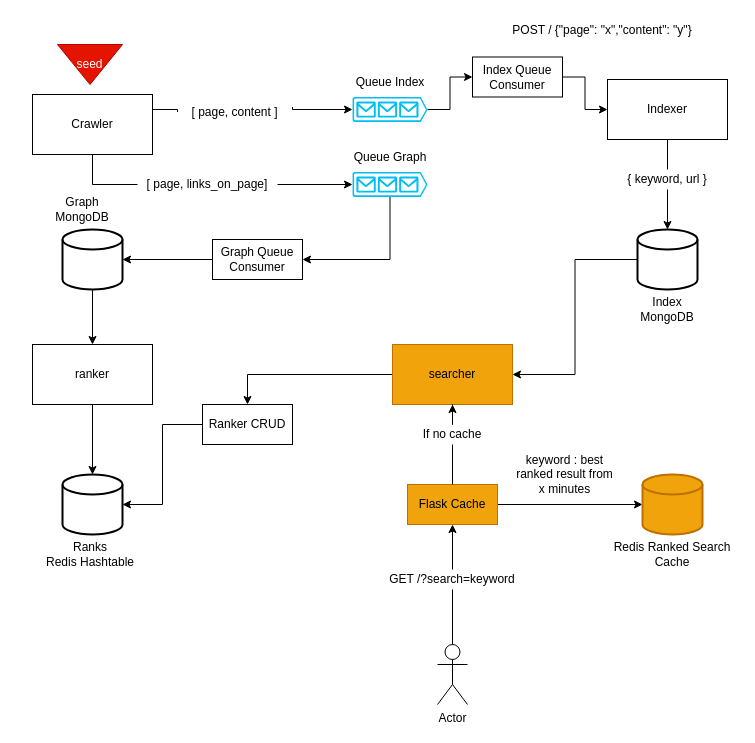
The draw.io diagram search-engine.drawio in lariskovski/search-engine, before the edit. Source tidied: cells renumbered, new cells numbered last; positions are measured from the earlier drawing's top-left corner, leaving out a move shared by most shapes. Both pictures are drawn from the tidied source at 100%, with x=0, y=0 at pixel (17, 16).
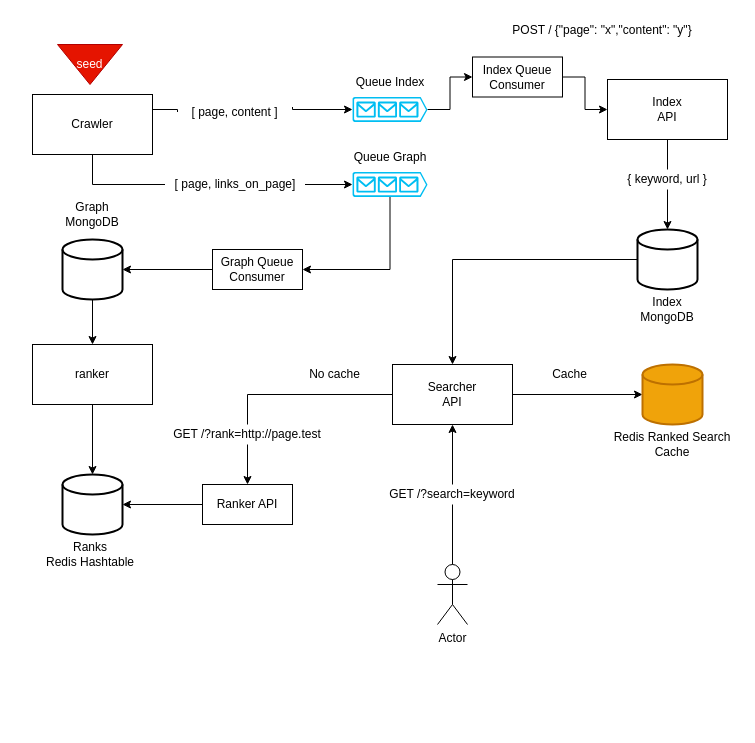
The same page after the edit.

Commit message:
Remove entry component and updates calls from drawing

The change refers to these unchanged cells:
```xml
<mxCell id="13" style="strokeWidth=2;html=1;shape=mxgraph.flowchart.database;whiteSpace=wrap;" parent="1" vertex="1">
  <mxGeometry x="620" y="213" width="60" height="60" as="geometry" />
</mxCell>
```

Diff of the diagram source:
```diff
@@
     <mxCell id="7" style="strokeWidth=2;html=1;shape=mxgraph.flowchart.database;whiteSpace=wrap;" parent="1" vertex="1">
-      <mxGeometry x="45" y="213" width="60" height="60" as="geometry" />
+      <mxGeometry x="45" y="223" width="60" height="60" as="geometry" />
     </mxCell>
@@
     <mxCell id="9" value="Graph&lt;br&gt;MongoDB" style="text;html=1;strokeColor=none;fillColor=none;align=center;verticalAlign=middle;whiteSpace=wrap;rounded=0;" parent="1" vertex="1">
-      <mxGeometry y="173" width="130" height="40" as="geometry" />
+      <mxGeometry x="10" y="178" width="130" height="40" as="geometry" />
     </mxCell>
@@
-    <mxCell id="11" value="Indexer" style="rounded=0;whiteSpace=wrap;html=1;" parent="1" vertex="1">
+    <mxCell id="11" value="Index&lt;br&gt;API" style="rounded=0;whiteSpace=wrap;html=1;" parent="1" vertex="1">
       <mxGeometry x="590" y="63" width="120" height="60" as="geometry" />
     </mxCell>
-    <mxCell id="12" style="edgeStyle=orthogonalEdgeStyle;rounded=0;jettySize=auto;html=1;exitX=0;exitY=0.5;exitDx=0;exitDy=0;exitPerimeter=0;entryX=1;entryY=0.5;entryDx=0;entryDy=0;startArrow=none;startFill=0;strokeWidth=1;" parent="1" edge="1" source="13" target="20">
+    <mxCell id="12" style="edgeStyle=orthogonalEdgeStyle;rounded=0;jettySize=auto;html=1;exitX=0;exitY=0.5;exitDx=0;exitDy=0;exitPerimeter=0;entryX=0.5;entryY=0;entryDx=0;entryDy=0;startArrow=none;startFill=0;strokeWidth=1;" parent="1" edge="1" source="13" target="20">
       <mxGeometry relative="1" as="geometry" />
     </mxCell>
@@
-    <mxCell id="19" style="edgeStyle=orthogonalEdgeStyle;rounded=0;jettySize=auto;html=1;entryX=0.5;entryY=0;entryDx=0;entryDy=0;" parent="1" edge="1" source="20" target="51">
+    <mxCell id="19" style="edgeStyle=orthogonalEdgeStyle;rounded=0;jettySize=auto;html=1;entryX=0.5;entryY=0;entryDx=0;entryDy=0;startArrow=none;" parent="1" edge="1" source="54" target="51">
       <mxGeometry relative="1" as="geometry" />
     </mxCell>
-    <mxCell id="20" value="searcher" style="rounded=0;whiteSpace=wrap;html=1;fillColor=#f0a30a;strokeColor=#BD7000;fontColor=#000000;" parent="1" vertex="1">
-      <mxGeometry x="375" y="328" width="120" height="60" as="geometry" />
+    <mxCell id="20" value="Searcher&lt;br&gt;API" style="rounded=0;whiteSpace=wrap;html=1;" parent="1" vertex="1">
+      <mxGeometry x="375" y="348" width="120" height="60" as="geometry" />
     </mxCell>
@@
-    <mxCell id="22" style="edgeStyle=orthogonalEdgeStyle;rounded=0;jettySize=auto;html=1;startArrow=none;" parent="1" edge="1" source="40" target="32">
+    <mxCell id="22" style="edgeStyle=orthogonalEdgeStyle;rounded=0;jettySize=auto;html=1;startArrow=none;entryX=0.5;entryY=1;entryDx=0;entryDy=0;" parent="1" edge="1" source="40" target="20">
       <mxGeometry relative="1" as="geometry" />
     </mxCell>
     <mxCell id="23" value="Actor" style="shape=umlActor;verticalLabelPosition=bottom;verticalAlign=top;html=1;outlineConnect=0;" parent="1" vertex="1">
-      <mxGeometry x="420" y="628" width="30" height="60" as="geometry" />
+      <mxGeometry x="420" y="548" width="30" height="60" as="geometry" />
     </mxCell>
@@
     <mxCell id="29" value="Graph Queue Consumer" style="rounded=0;whiteSpace=wrap;html=1;" parent="1" vertex="1">
-      <mxGeometry x="195" y="223" width="90" height="40" as="geometry" />
+      <mxGeometry x="195" y="233" width="90" height="40" as="geometry" />
     </mxCell>
-    <mxCell id="30" style="edgeStyle=orthogonalEdgeStyle;rounded=0;jettySize=auto;html=1;entryX=0;entryY=0.5;entryDx=0;entryDy=0;entryPerimeter=0;exitX=0.944;exitY=0.5;exitDx=0;exitDy=0;exitPerimeter=0;" parent="1" edge="1" source="32" target="33">
+    <mxCell id="30" style="edgeStyle=orthogonalEdgeStyle;rounded=0;jettySize=auto;html=1;entryX=0;entryY=0.5;entryDx=0;entryDy=0;entryPerimeter=0;exitX=1;exitY=0.5;exitDx=0;exitDy=0;" parent="1" edge="1" source="20" target="33">
       <mxGeometry relative="1" as="geometry" />
     </mxCell>
-    <mxCell id="31" style="edgeStyle=orthogonalEdgeStyle;rounded=0;jettySize=auto;html=1;entryX=0.5;entryY=1;entryDx=0;entryDy=0;startArrow=none;" parent="1" edge="1" source="36" target="20">
-      <mxGeometry relative="1" as="geometry" />
-    </mxCell>
-    <mxCell id="32" value="Flask Cache" style="rounded=0;whiteSpace=wrap;html=1;fillColor=#f0a30a;strokeColor=#BD7000;fontColor=#000000;" parent="1" vertex="1">
-      <mxGeometry x="390" y="468" width="90" height="40" as="geometry" />
-    </mxCell>
     <mxCell id="33" style="strokeWidth=2;html=1;shape=mxgraph.flowchart.database;whiteSpace=wrap;fillColor=#f0a30a;strokeColor=#BD7000;fontColor=#000000;" parent="1" vertex="1">
-      <mxGeometry x="625" y="458" width="60" height="60" as="geometry" />
+      <mxGeometry x="625" y="348" width="60" height="60" as="geometry" />
     </mxCell>
     <mxCell id="34" value="Redis Ranked Search Cache" style="text;html=1;strokeColor=none;fillColor=none;align=center;verticalAlign=middle;whiteSpace=wrap;rounded=0;" parent="1" vertex="1">
-      <mxGeometry x="590" y="518" width="130" height="40" as="geometry" />
+      <mxGeometry x="590" y="408" width="130" height="40" as="geometry" />
     </mxCell>
-    <mxCell id="35" value="keyword : best ranked result from x minutes" style="text;html=1;strokeColor=none;fillColor=none;align=center;verticalAlign=middle;whiteSpace=wrap;rounded=0;" parent="1" vertex="1">
-      <mxGeometry x="495" y="438" width="105" height="40" as="geometry" />
-    </mxCell>
-    <mxCell id="36" value="If no cache" style="text;html=1;strokeColor=none;fillColor=none;align=center;verticalAlign=middle;whiteSpace=wrap;rounded=0;" parent="1" vertex="1">
-      <mxGeometry x="385" y="408" width="100" height="20" as="geometry" />
-    </mxCell>
-    <mxCell id="37" style="edgeStyle=orthogonalEdgeStyle;rounded=0;jettySize=auto;html=1;entryX=0.5;entryY=1;entryDx=0;entryDy=0;endArrow=none;" parent="1" edge="1" source="32" target="36">
-      <mxGeometry relative="1" as="geometry" />
-    </mxCell>
@@
     <mxCell id="40" value="GET /?search=keyword" style="text;html=1;strokeColor=none;fillColor=none;align=center;verticalAlign=middle;whiteSpace=wrap;rounded=0;" parent="1" vertex="1">
-      <mxGeometry x="360" y="553" width="150" height="20" as="geometry" />
+      <mxGeometry x="360" y="468" width="150" height="20" as="geometry" />
     </mxCell>
@@
     <mxCell id="46" value="[ page, links_on_page]" style="text;html=1;strokeColor=none;fillColor=none;align=center;verticalAlign=middle;whiteSpace=wrap;rounded=0;" parent="1" vertex="1">
-      <mxGeometry x="120" y="158" width="140" height="20" as="geometry" />
+      <mxGeometry x="147.5" y="158" width="140" height="20" as="geometry" />
     </mxCell>
@@
-    <mxCell id="51" value="Ranker CRUD" style="rounded=0;whiteSpace=wrap;html=1;" parent="1" vertex="1">
-      <mxGeometry x="185" y="388" width="90" height="40" as="geometry" />
+    <mxCell id="51" value="Ranker API" style="rounded=0;whiteSpace=wrap;html=1;" parent="1" vertex="1">
+      <mxGeometry x="185" y="468" width="90" height="40" as="geometry" />
     </mxCell>
+    <mxCell id="52" value="Cache" style="text;html=1;strokeColor=none;fillColor=none;align=center;verticalAlign=middle;whiteSpace=wrap;rounded=0;" parent="1" vertex="1">
+      <mxGeometry x="510" y="343" width="85" height="30" as="geometry" />
+    </mxCell>
+    <mxCell id="53" value="No cache" style="text;html=1;strokeColor=none;fillColor=none;align=center;verticalAlign=middle;whiteSpace=wrap;rounded=0;" parent="1" vertex="1">
+      <mxGeometry x="275" y="343" width="85" height="30" as="geometry" />
+    </mxCell>
+    <mxCell id="54" value="GET /?rank=http://page.test" style="text;html=1;strokeColor=none;fillColor=none;align=center;verticalAlign=middle;whiteSpace=wrap;rounded=0;" parent="1" vertex="1">
+      <mxGeometry x="155" y="408" width="150" height="20" as="geometry" />
+    </mxCell>
+    <mxCell id="55" style="edgeStyle=orthogonalEdgeStyle;rounded=0;jettySize=auto;html=1;entryX=0.5;entryY=0;entryDx=0;entryDy=0;endArrow=none;" parent="1" edge="1" source="20" target="54">
+      <mxGeometry relative="1" as="geometry" />
+    </mxCell>
```
